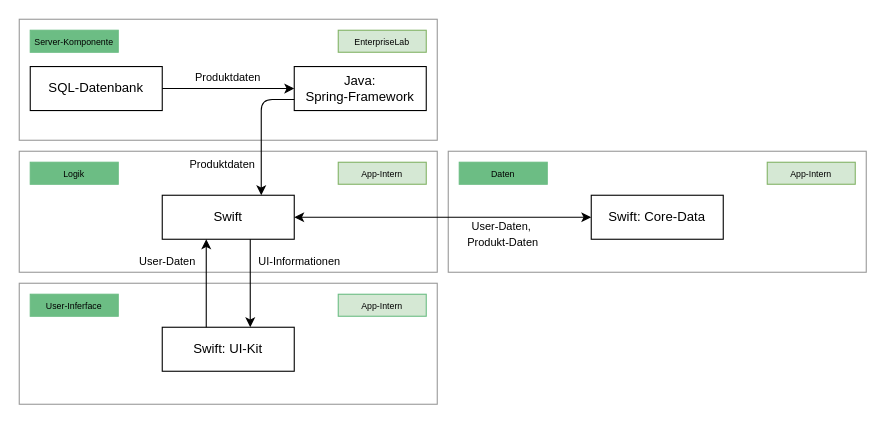
This is Design/FoodPrint.drawio from NicoIseli/HSLU-IOS-Project, a draw.io file, before an edit. Source tidied: cells renumbered, new cells numbered last; positions are measured from the earlier drawing's top-left corner, leaving out a move shared by most shapes. Both pictures are drawn from the tidied source at 110%, with x=0, y=0 at pixel (19, 19).
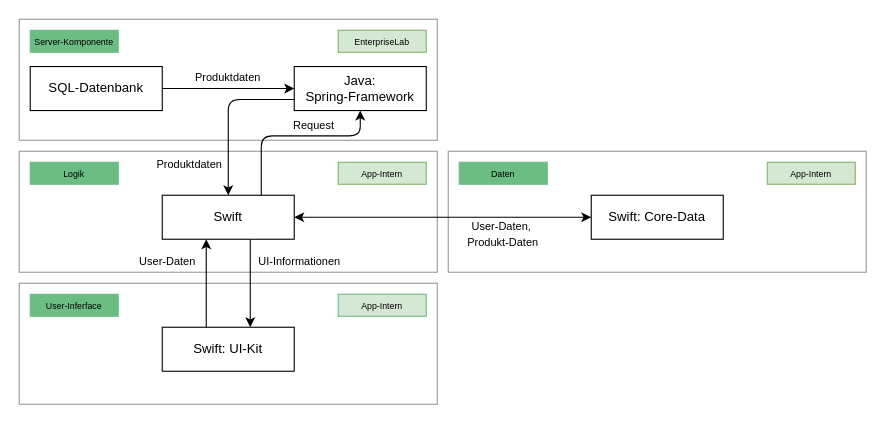
After the change.

Commit message (it also covers changes not shown here):
Adjust Architeture

The change refers to these unchanged cells:
```xml
<mxCell id="7" value="Java: &lt;br&gt;Spring-Framework" style="rounded=0;whiteSpace=wrap;html=1;" parent="1" vertex="1">
  <mxGeometry x="250" y="43" width="120" height="40" as="geometry" />
</mxCell>
<mxCell id="8" value="Swift" style="rounded=0;whiteSpace=wrap;html=1;" parent="1" vertex="1">
  <mxGeometry x="130" y="160" width="120" height="40" as="geometry" />
</mxCell>
```

The edit, as a diff of the source:
```diff
@@
-    <mxCell id="18" style="endArrow=classic;html=1;exitX=0;exitY=0.75;exitDx=0;exitDy=0;entryX=0.75;entryY=0;entryDx=0;entryDy=0;" parent="1" edge="1" source="7" target="8">
+    <mxCell id="18" style="endArrow=classic;html=1;exitX=0;exitY=0.75;exitDx=0;exitDy=0;entryX=0.5;entryY=0;entryDx=0;entryDy=0;" parent="1" edge="1" source="7" target="8">
       <mxGeometry relative="1" as="geometry">
         <Array as="points">
-          <mxPoint x="220" y="73" />
+          <mxPoint x="190" y="73" />
         </Array>
       </mxGeometry>
     </mxCell>
@@
     <mxCell id="21" value="&lt;font style=&quot;font-size: 10px&quot;&gt;Produktdaten&lt;/font&gt;" style="text;html=1;strokeColor=none;fillColor=none;align=center;verticalAlign=middle;whiteSpace=wrap;rounded=0;" parent="1" vertex="1">
-      <mxGeometry x="140" y="122" width="90" height="20" as="geometry" />
+      <mxGeometry x="110" y="122" width="90" height="20" as="geometry" />
     </mxCell>
@@
+    <mxCell id="29" style="endArrow=classic;html=1;exitX=0.75;exitY=0;exitDx=0;exitDy=0;entryX=0.5;entryY=1;entryDx=0;entryDy=0;" parent="1" edge="1" source="8" target="7">
+      <mxGeometry relative="1" as="geometry">
+        <Array as="points">
+          <mxPoint x="220" y="106" />
+          <mxPoint x="310" y="106" />
+        </Array>
+      </mxGeometry>
+    </mxCell>
+    <mxCell id="30" value="&lt;font style=&quot;font-size: 10px&quot;&gt;Request&lt;/font&gt;" style="text;html=1;strokeColor=none;fillColor=none;align=center;verticalAlign=middle;whiteSpace=wrap;rounded=0;" parent="1" vertex="1">
+      <mxGeometry x="223" y="86" width="90" height="20" as="geometry" />
+    </mxCell>
```
